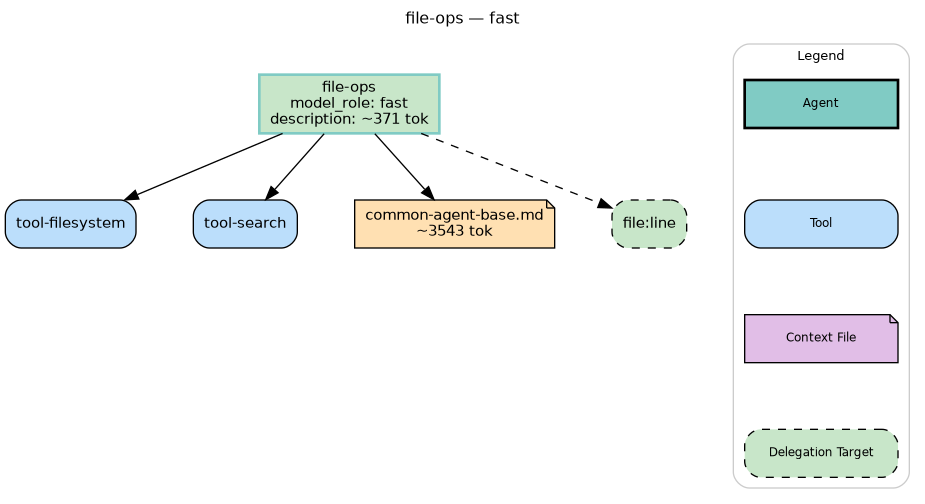
Earlier version of the Graphviz export agents/file-ops.png (microsoft/amplifier-foundation). Its source is kept beside it as agents/file-ops.dot.
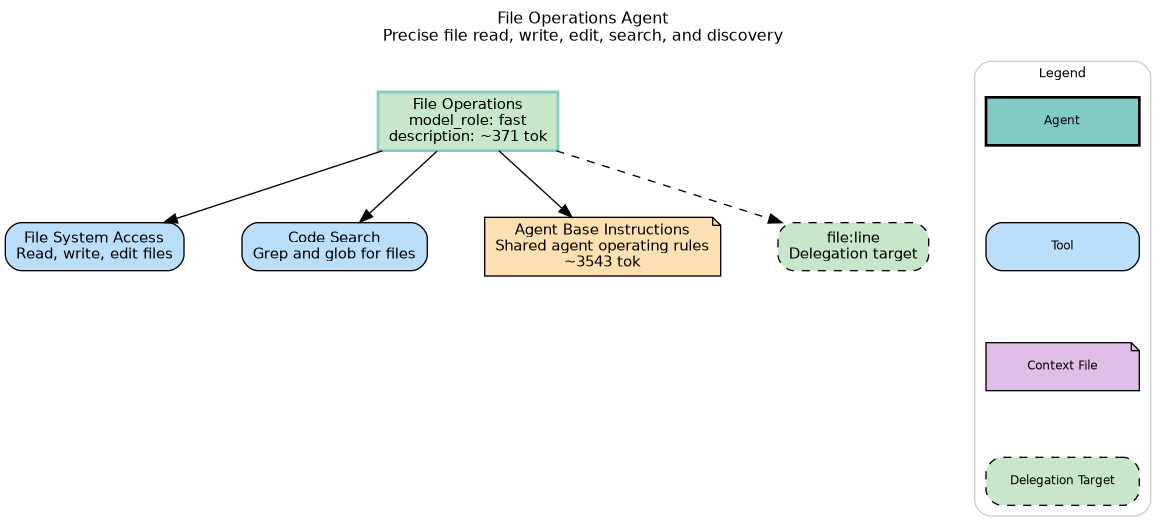
After the commit.

The edit, as a diff of the source:
```diff
@@ -2,7 +2,7 @@
     rankdir=TB
     fontname="Helvetica"
     fontsize=12
-    label="file-ops — fast"
+    label="File Operations Agent\nPrecise file read, write, edit, search, and discovery"
     labelloc=t
     labeljust=c
     nodesep=0.6
@@ -13,11 +13,11 @@
     node [fontname="Helvetica", fontsize=11, style="filled,rounded"]
     edge [fontname="Helvetica", fontsize=9]
 
-    agent [label="file-ops\nmodel_role: fast\ndescription: ~371 tok", shape=box, fillcolor="#c8e6c9", style="filled,bold", color="#80cbc4"]
-    tool_tool_filesystem [label="tool-filesystem", shape=box, fillcolor="#bbdefb", style="filled,rounded"]
-    tool_tool_search [label="tool-search", shape=box, fillcolor="#bbdefb", style="filled,rounded"]
-    ctx_foundation_context_shared_common_agent_base_md [label="common-agent-base.md\n~3543 tok", shape=note, fillcolor="#ffe0b2", style="filled"]
-    del_file_line [label="file:line", shape=box, fillcolor="#c8e6c9", style="filled,rounded,dashed"]
+    agent [label="File Operations\nmodel_role: fast\ndescription: ~371 tok", shape=box, fillcolor="#c8e6c9", style="filled,bold", color="#80cbc4"]
+    tool_tool_filesystem [label="File System Access\nRead, write, edit files", shape=box, fillcolor="#bbdefb", style="filled,rounded"]
+    tool_tool_search [label="Code Search\nGrep and glob for files", shape=box, fillcolor="#bbdefb", style="filled,rounded"]
+    ctx_foundation_context_shared_common_agent_base_md [label="Agent Base Instructions\nShared agent operating rules\n~3543 tok", shape=note, fillcolor="#ffe0b2", style="filled"]
+    del_file_line [label="file:line\nDelegation target", shape=box, fillcolor="#c8e6c9", style="filled,rounded,dashed"]
 
     agent -> tool_tool_filesystem
     agent -> tool_tool_search
```
